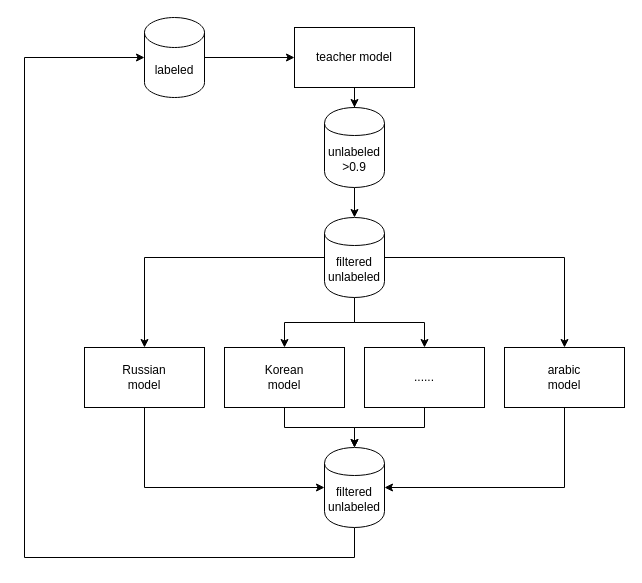
The draw.io diagram arch.drawio in fpcsong/diagram, before the edit. Source tidied: cells renumbered, new cells numbered last; positions are measured from the earlier drawing's top-left corner, leaving out a move shared by most shapes. Both pictures are drawn from the tidied source at 100%, with x=0, y=0 at pixel (24, 17).
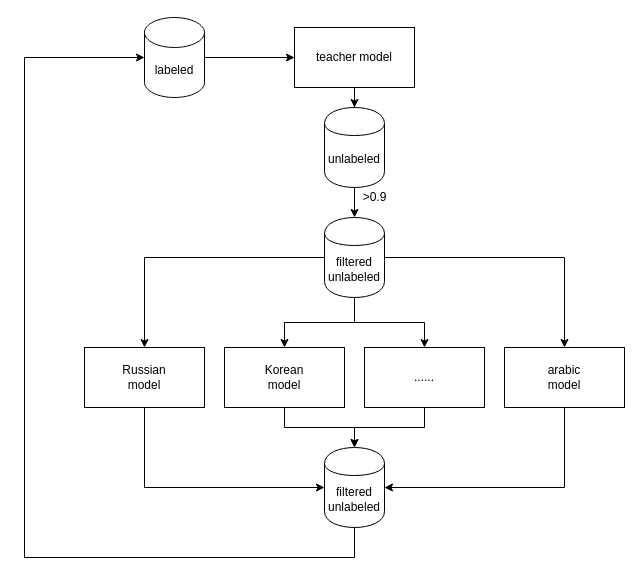
After the change.

Diff of the diagram source:
```diff
@@
-    <mxCell id="19" value="unlabeled&lt;br&gt;&amp;gt;0.9" style="shape=cylinder;whiteSpace=wrap;html=1;boundedLbl=1;backgroundOutline=1;rounded=0;" parent="1" vertex="1">
+    <mxCell id="19" value="unlabeled&lt;br&gt;" style="shape=cylinder;whiteSpace=wrap;html=1;boundedLbl=1;backgroundOutline=1;rounded=0;" parent="1" vertex="1">
       <mxGeometry x="300" y="90" width="60" height="80" as="geometry" />
     </mxCell>
@@
+    <mxCell id="23" value="&lt;span&gt;&amp;gt;0.9&lt;/span&gt;" style="text;html=1;align=center;verticalAlign=middle;" parent="1" vertex="1">
+      <mxGeometry x="330" y="170" width="40" height="20" as="geometry" />
+    </mxCell>
```
